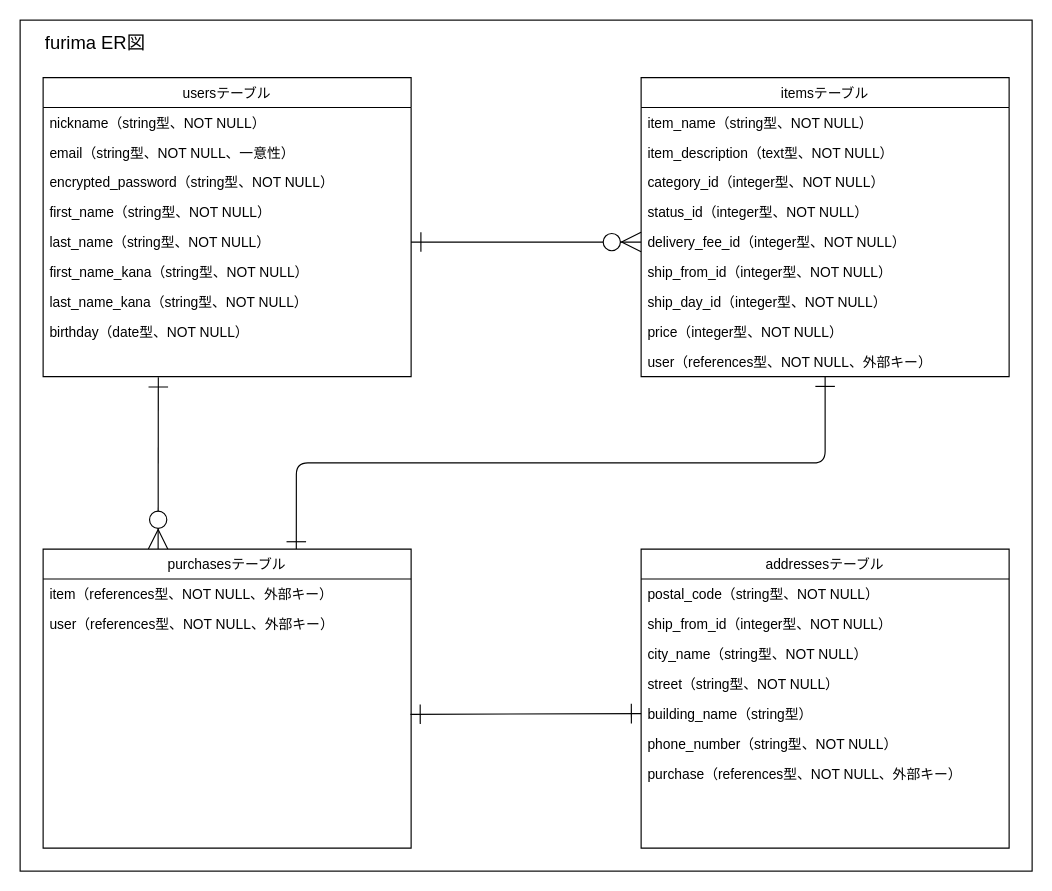
Before: ER.drawio in kazukiwada01/furima-37032, a draw.io diagram. Source tidied: cells renumbered, new cells numbered last; positions are measured from the earlier drawing's top-left corner, leaving out a move shared by most shapes. Both pictures are drawn from the tidied source at 115%, with x=0, y=0 at pixel (20, 20).
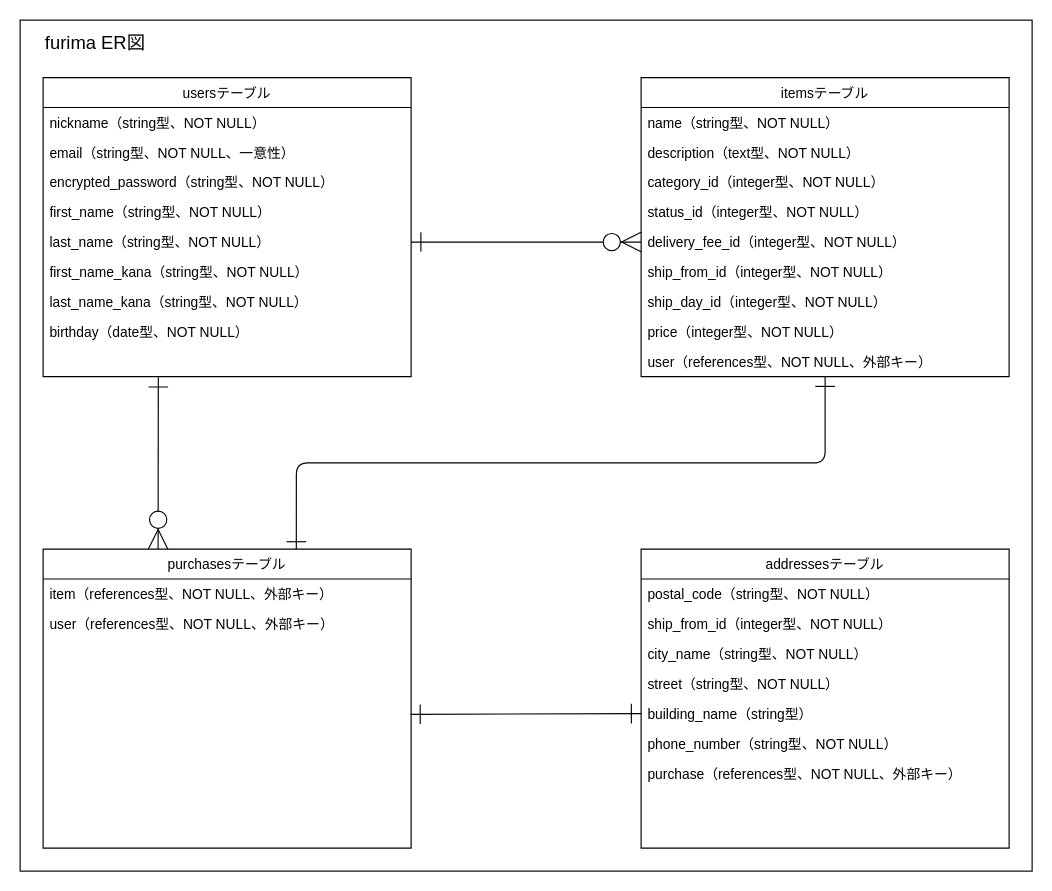
The same diagram, later.

Commit message (it also covers changes not shown here):
データベース設計の修正2

Unchanged cells that the change refers to:
```xml
<mxCell id="4" value="itemsテーブル" style="swimlane;fontStyle=0;horizontal=1;startSize=26;fontSize=12;fillColor=#FFFFFF;fontColor=#000000;strokeColor=#000000;" parent="1" vertex="1">
  <mxGeometry x="540" y="50" width="320" height="260" as="geometry" />
</mxCell>
```

Change to the diagram source:
```diff
@@
-    <mxCell id="5" value="item_name（string型、NOT NULL）" style="text;strokeColor=none;fillColor=none;align=left;verticalAlign=top;spacingLeft=4;spacingRight=4;overflow=hidden;fontColor=#000000;" parent="4" vertex="1">
+    <mxCell id="5" value="name（string型、NOT NULL）" style="text;strokeColor=none;fillColor=none;align=left;verticalAlign=top;spacingLeft=4;spacingRight=4;overflow=hidden;fontColor=#000000;" parent="4" vertex="1">
       <mxGeometry y="26" width="320" height="26" as="geometry" />
     </mxCell>
-    <mxCell id="6" value="item_description（text型、NOT NULL）" style="text;strokeColor=none;fillColor=none;align=left;verticalAlign=top;spacingLeft=4;spacingRight=4;overflow=hidden;fontColor=#000000;" parent="4" vertex="1">
+    <mxCell id="6" value="description（text型、NOT NULL）" style="text;strokeColor=none;fillColor=none;align=left;verticalAlign=top;spacingLeft=4;spacingRight=4;overflow=hidden;fontColor=#000000;" parent="4" vertex="1">
       <mxGeometry y="52" width="320" height="26" as="geometry" />
     </mxCell>
```
